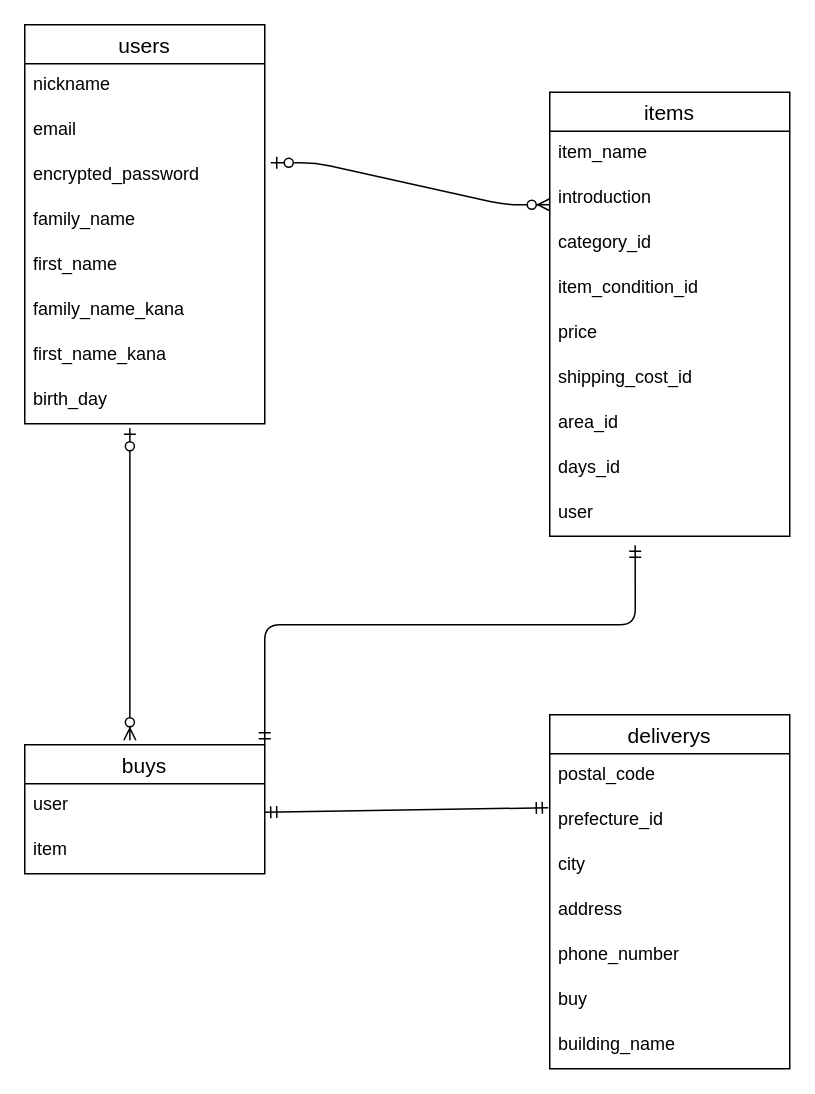
This is furima.dio from syousyuukoriki/furima-31167, a draw.io file, before an edit. Source tidied: cells renumbered, new cells numbered last; positions are measured from the earlier drawing's top-left corner, leaving out a move shared by most shapes. Both pictures are drawn from the tidied source at 150%, with x=0, y=0 at pixel (24, 24).
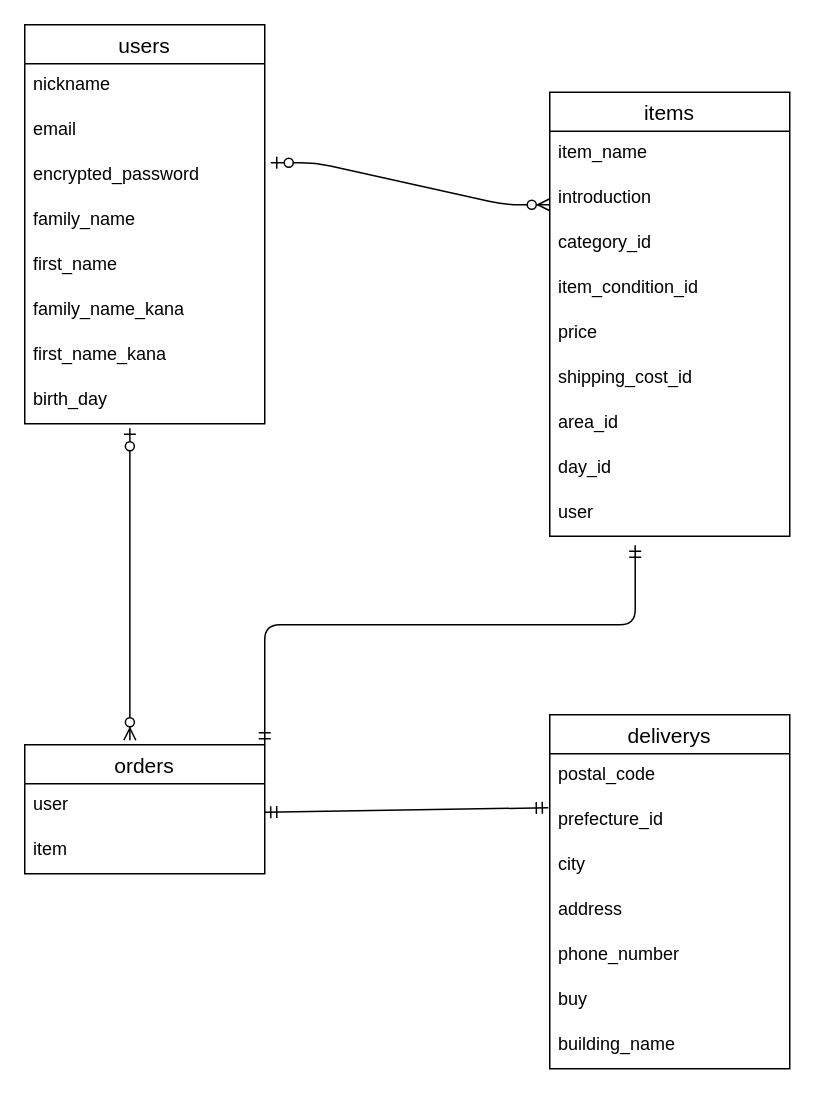
After the change.

Commit message (it also covers changes not shown here):
テーブル名の変更

The change refers to these unchanged cells:
```xml
<mxCell id="11" value="items" style="swimlane;fontStyle=0;horizontal=1;startSize=26;align=center;fontSize=14;" parent="1" vertex="1">
  <mxGeometry x="350" y="45" width="160" height="296" as="geometry" />
</mxCell>
```

The edit, as a diff of the source:
```diff
@@
-    <mxCell id="19" value="days_id" style="text;strokeColor=none;fillColor=none;spacingLeft=4;spacingRight=4;overflow=hidden;fontSize=12;" parent="11" vertex="1">
+    <mxCell id="19" value="day_id" style="text;strokeColor=none;fillColor=none;spacingLeft=4;spacingRight=4;overflow=hidden;fontSize=12;" parent="11" vertex="1">
       <mxGeometry y="236" width="160" height="30" as="geometry" />
     </mxCell>
@@
-    <mxCell id="31" value="buys" style="swimlane;fontStyle=0;horizontal=1;startSize=26;align=center;fontSize=14;" parent="1" vertex="1">
+    <mxCell id="31" value="orders" style="swimlane;fontStyle=0;horizontal=1;startSize=26;align=center;fontSize=14;" parent="1" vertex="1">
       <mxGeometry y="480" width="160" height="86" as="geometry" />
     </mxCell>
```
